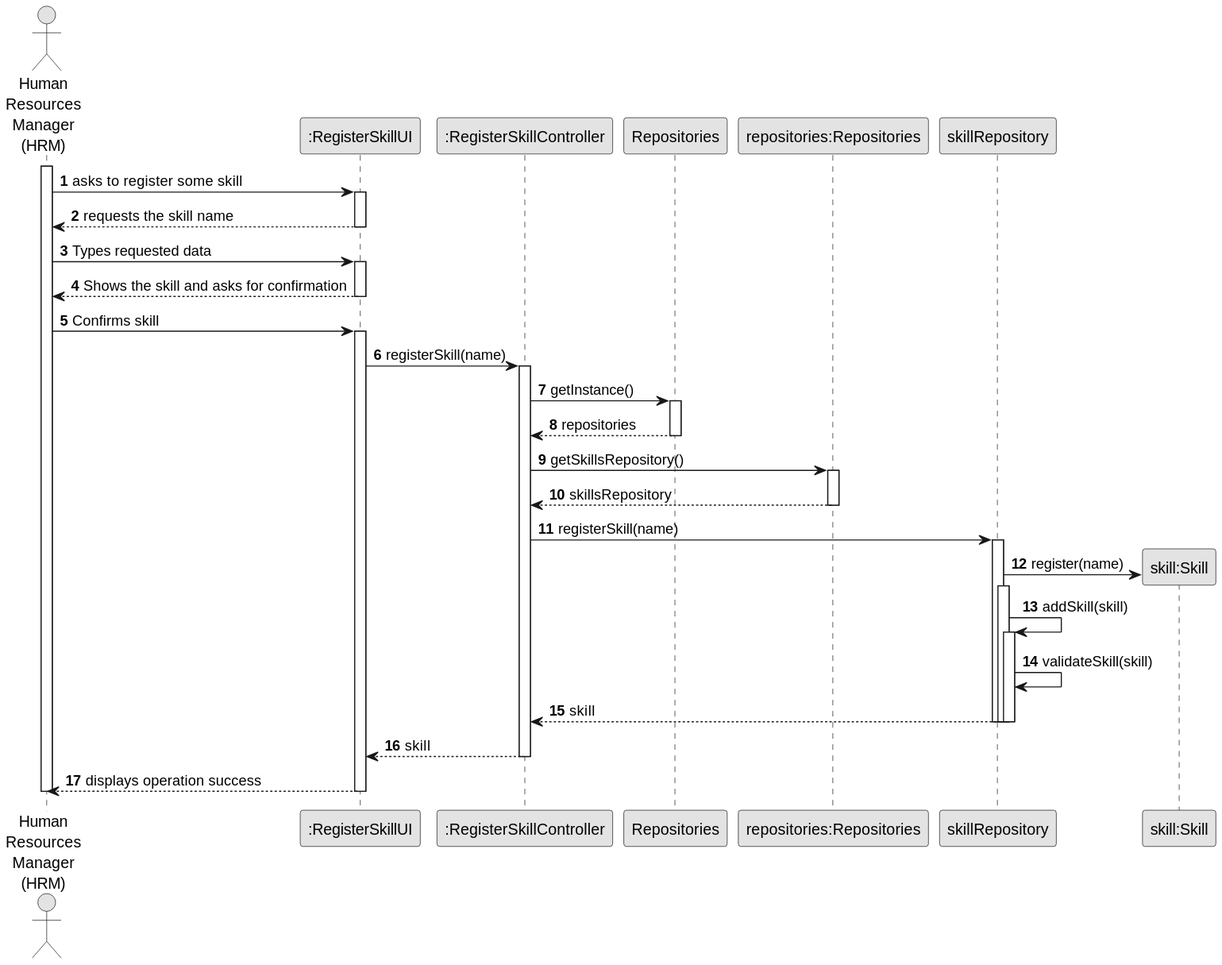
Earlier version of the PlantUML export docs/sprintB/us001/03.design/svg/us001-class-diagram.svg (diogoveirospro/lei-24-s2-1dg-g072).
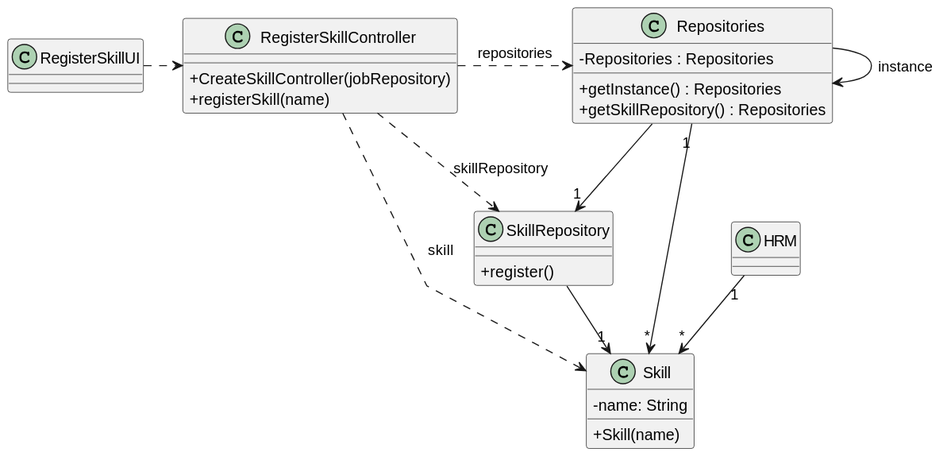
After the change.

What changed in the source:
```diff
@@ -1,76 +1,47 @@
 @startuml
-skinparam monochrome true
 skinparam packageStyle rectangle
 skinparam shadowing false
+skinparam linetype polyline
 
-autonumber
-
-actor "Human\nResources\nManager\n(HRM)" as HRM
-participant ":RegisterSkillUI" as UI
-participant ":RegisterSkillController" as CTRL
-participant Repositories
-participant "repositories:Repositories" as REP
-participant "skillRepository" as SREP
-participant "skill:Skill" as skill
-
-activate HRM
+skinparam classAttributeIconSize 0
 
 
-        HRM -> UI : asks to register some skill
-        activate UI
+class Skill {
+    - name: String
 
-                UI --> HRM : requests the skill name
-        deactivate UI
-        HRM -> UI: Types requested data
-        activate UI
+    + Skill(name)
+}
 
-                UI --> HRM : Shows the skill and asks for confirmation
-        deactivate UI
-        HRM -> UI : Confirms skill
-        activate UI
+class HRM {
+}
 
-                UI -> CTRL: registerSkill(name)
+class RegisterSkillUI {
 
-                activate CTRL
+}
 
-                        CTRL -> Repositories: getInstance()
+class RegisterSkillController {
+    + CreateSkillController(jobRepository)
+    + registerSkill(name)
+}
 
-                        activate Repositories
+class Repositories {
+    - Repositories : Repositories
+    + getInstance() : Repositories
+    + getSkillRepository() : Repositories
+}
 
-                                Repositories --> CTRL: repositories
-                        deactivate Repositories
-
-                        CTRL -> REP: getSkillsRepository()
-                        activate REP
-
-                                REP --> CTRL: skillsRepository
-                        deactivate REP
-                        CTRL -> SREP: registerSkill(name)
-                        activate SREP
-
-                                SREP -> skill**: register(name)
-                                activate SREP
-
-                                SREP -> SREP: addSkill(skill)
-                                        activate SREP
-                                        SREP -> SREP: validateSkill(skill)
+class SkillRepository {
+    + register()
+}
 
 
-
-
-
-                                SREP --> CTRL: skill
-
-                                        deactivate SREP
-
-                                deactivate SREP
-
-                        deactivate SREP
-
-                        CTRL --> UI: skill
-                deactivate CTRL
-
-                UI --> HRM: displays operation success
-        deactivate UI
-deactivate HRM
+HRM "1" --> "*" Skill
+Repositories "1" --> "*" Skill
+RegisterSkillUI .> RegisterSkillController
+RegisterSkillController .> Repositories : repositories
+Repositories --> Repositories : instance
+Repositories --> "1" SkillRepository
+SkillRepository --> "1" Skill
+RegisterSkillController .> SkillRepository : skillRepository
+RegisterSkillController .> Skill : skill
 @enduml
```
